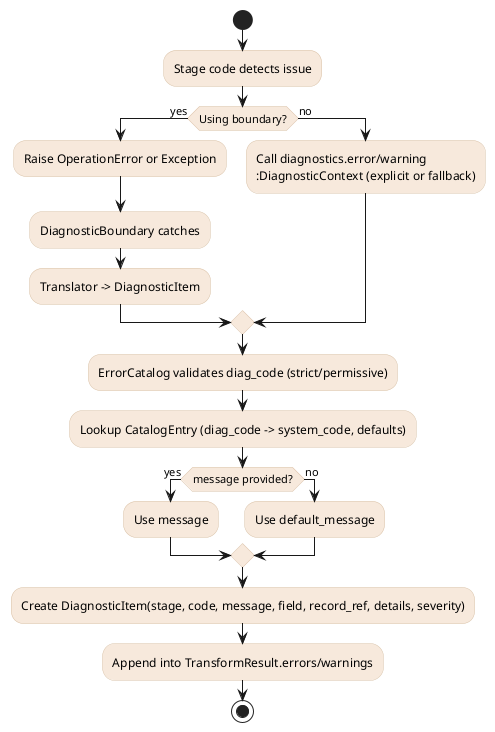
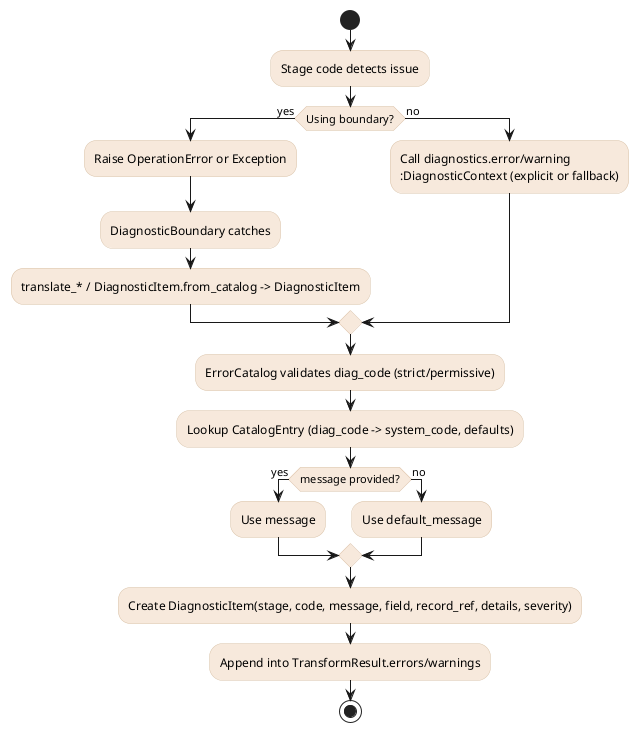
@startuml
skinparam backgroundColor white
skinparam linetype ortho
skinparam defaultFontName Arial
skinparam ActivityBackgroundColor #f7e9dc
skinparam ActivityBorderColor #d9c2a8
start
:Stage code detects issue;
if (Using boundary?) then (yes)
  :Raise OperationError or Exception;
  :DiagnosticBoundary catches;
-   :Translator -> DiagnosticItem;
+   :translate_* / DiagnosticItem.from_catalog -> DiagnosticItem;
else (no)
  :Call diagnostics.error/warning
  :DiagnosticContext (explicit or fallback);
endif
:ErrorCatalog validates diag_code (strict/permissive);
:Lookup CatalogEntry (diag_code -> system_code, defaults);
if (message provided?) then (yes)
  :Use message;
else (no)
  :Use default_message;
endif
:Create DiagnosticItem(stage, code, message, field, record_ref, details, severity);
:Append into TransformResult.errors/warnings;
stop
@enduml
